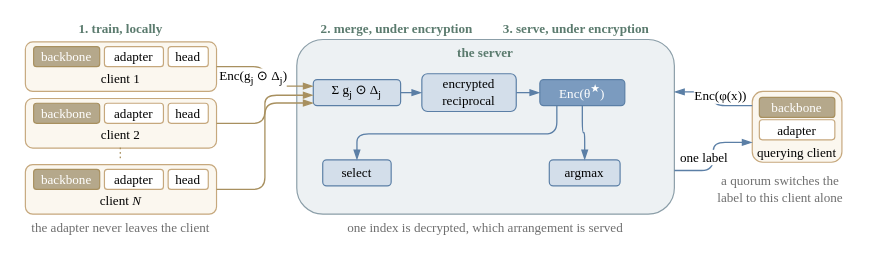
This is docs/paper/figures/drawio/fig_protocol.drawio from hkanpak21/HE-IFD, a draw.io file, before an edit. Source tidied: cells renumbered, new cells numbered last; positions are measured from the earlier drawing's top-left corner, leaving out a move shared by most shapes. Both pictures are drawn from the tidied source at 118%, with x=0, y=0 at pixel (20, 20).
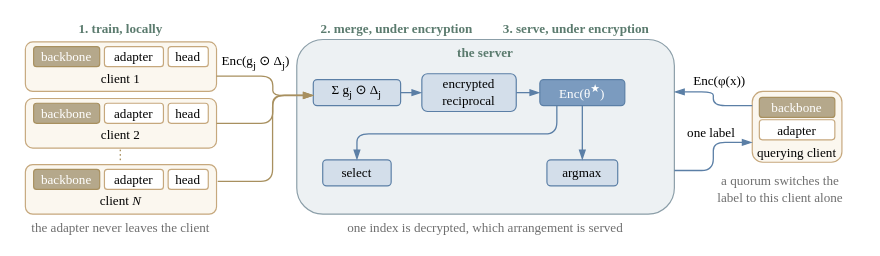
Above is the later version.

Commit message (it also covers changes not shown here):
Figure: re-export the protocol figure from Halil's edited source

The change refers to these unchanged cells:
```xml
<mxCell id="5" style="rounded=1;whiteSpace=wrap;html=1;fillColor=#FBF7EF;strokeColor=#C6A87D;" parent="1" vertex="1">
  <mxGeometry x="4" y="18" width="162" height="42" as="geometry" />
</mxCell>
<mxCell id="10" style="rounded=1;whiteSpace=wrap;html=1;fillColor=#FBF7EF;strokeColor=#C6A87D;" parent="1" vertex="1">
  <mxGeometry x="4" y="66" width="162" height="42" as="geometry" />
</mxCell>
<mxCell id="15" style="rounded=1;whiteSpace=wrap;html=1;fillColor=#FBF7EF;strokeColor=#C6A87D;" parent="1" vertex="1">
  <mxGeometry x="4" y="122" width="162" height="42" as="geometry" />
</mxCell>
<mxCell id="24" value="Σ g&lt;sub&gt;j&lt;/sub&gt; ⊙ Δ&lt;sub&gt;j&lt;/sub&gt;" style="rounded=1;whiteSpace=wrap;html=1;fillColor=#D3DEEA;strokeColor=#5B7FA6;fontFamily=Times New Roman;fontSize=11.13;" parent="1" vertex="1">
  <mxGeometry x="248" y="50" width="74" height="22" as="geometry" />
</mxCell>
<mxCell id="43" style="edgeStyle=orthogonalEdgeStyle;rounded=1;html=1;strokeColor=#5B7FA6;strokeWidth=1.1;endArrow=blockThin;endFill=1;exitX=0;exitY=0.2;entryX=1;entryY=0.3;" parent="1" edge="1" source="30" target="22">
  <mxGeometry relative="1" as="geometry" />
</mxCell>
<mxCell id="45" style="edgeStyle=orthogonalEdgeStyle;rounded=1;html=1;strokeColor=#5B7FA6;strokeWidth=1.1;endArrow=blockThin;endFill=1;exitX=1;exitY=0.75;entryX=0;entryY=0.72;" parent="1" edge="1" source="22" target="30">
  <mxGeometry relative="1" as="geometry" />
</mxCell>
```

The edit, as a diff of the source:
```diff
@@
     <mxCell id="20" value="⋮" style="text;html=1;whiteSpace=wrap;align=center;verticalAlign=middle;fontFamily=Times New Roman;fontSize=11.13;fontColor=#A8905F;" parent="1" vertex="1">
-      <mxGeometry x="65" y="106" width="40" height="12" as="geometry" />
+      <mxGeometry x="65" y="108" width="40" height="12" as="geometry" />
     </mxCell>
@@
     <mxCell id="28" value="argmax" style="rounded=1;whiteSpace=wrap;html=1;fillColor=#D3DEEA;strokeColor=#5B7FA6;fontFamily=Times New Roman;fontSize=11.13;" parent="1" vertex="1">
-      <mxGeometry x="448" y="118" width="60" height="22" as="geometry" />
+      <mxGeometry x="446" y="118" width="60" height="22" as="geometry" />
     </mxCell>
@@
-    <mxCell id="35" style="edgeStyle=orthogonalEdgeStyle;rounded=1;html=1;strokeColor=#A8905F;strokeWidth=1.1;endArrow=blockThin;endFill=1;exitX=1;exitY=0.5;entryX=0;entryY=0.25;" parent="1" edge="1" source="5" target="24">
-      <mxGeometry relative="1" as="geometry" />
+    <mxCell id="35" style="edgeStyle=orthogonalEdgeStyle;rounded=1;html=1;strokeColor=#A8905F;strokeWidth=1.1;endArrow=blockThin;endFill=1;exitX=1;exitY=0.5;entryX=0;entryY=0.25;" parent="1" edge="1">
+      <mxGeometry relative="1" as="geometry">
+        <mxPoint x="166" y="47" as="sourcePoint" />
+        <mxPoint x="248" y="63.5" as="targetPoint" />
+        <Array as="points">
+          <mxPoint x="213.7" y="47" />
+          <mxPoint x="213.7" y="63.5" />
+        </Array>
+      </mxGeometry>
     </mxCell>
     <mxCell id="36" value="Enc(g&lt;sub&gt;j&lt;/sub&gt; ⊙ Δ&lt;sub&gt;j&lt;/sub&gt;)" style="edgeLabel;html=1;align=center;verticalAlign=middle;fontFamily=Times New Roman;fontSize=11.13;labelBackgroundColor=#FFFFFF;" parent="35" vertex="1">
-      <mxGeometry x="-0.4" y="-9" relative="1" as="geometry" />
+      <mxGeometry x="-0.4" y="-9" relative="1" as="geometry">
+        <mxPoint x="2" y="-21" as="offset" />
+      </mxGeometry>
     </mxCell>
     <mxCell id="37" style="edgeStyle=orthogonalEdgeStyle;rounded=1;html=1;strokeColor=#A8905F;strokeWidth=1.1;endArrow=blockThin;endFill=1;exitX=1;exitY=0.5;entryX=0;entryY=0.6;" parent="1" edge="1" source="10" target="24">
-      <mxGeometry relative="1" as="geometry" />
+      <mxGeometry relative="1" as="geometry">
+        <Array as="points">
+          <mxPoint x="213.7" y="87" />
+          <mxPoint x="213.7" y="63.2" />
+        </Array>
+      </mxGeometry>
     </mxCell>
-    <mxCell id="38" style="edgeStyle=orthogonalEdgeStyle;rounded=1;html=1;strokeColor=#A8905F;strokeWidth=1.1;endArrow=blockThin;endFill=1;exitX=1;exitY=0.5;entryX=0;entryY=0.9;" parent="1" edge="1" source="15" target="24">
-      <mxGeometry relative="1" as="geometry" />
+    <mxCell id="38" style="edgeStyle=orthogonalEdgeStyle;rounded=1;html=1;strokeColor=#A8905F;strokeWidth=1.1;endArrow=blockThin;endFill=1;exitX=1;exitY=0.5;entryX=0.003;entryY=0.606;entryDx=0;entryDy=0;entryPerimeter=0;" parent="1" edge="1" target="24">
+      <mxGeometry relative="1" as="geometry">
+        <mxPoint x="167" y="136.2" as="sourcePoint" />
+        <Array as="points">
+          <mxPoint x="213.5" y="136.2" />
+          <mxPoint x="213.5" y="63.3" />
+        </Array>
+      </mxGeometry>
     </mxCell>
@@
     <mxCell id="44" value="Enc(φ(x))" style="edgeLabel;html=1;align=center;verticalAlign=middle;fontFamily=Times New Roman;fontSize=11.13;labelBackgroundColor=#FFFFFF;" parent="43" vertex="1">
-      <mxGeometry x="-0.28" y="-9" relative="1" as="geometry" />
+      <mxGeometry x="-0.28" y="-9" relative="1" as="geometry">
+        <mxPoint x="-1" y="-13" as="offset" />
+      </mxGeometry>
     </mxCell>
@@
     <mxCell id="46" value="one label" style="edgeLabel;html=1;align=center;verticalAlign=middle;fontFamily=Times New Roman;fontSize=11.13;labelBackgroundColor=#FFFFFF;" parent="45" vertex="1">
-      <mxGeometry y="9" relative="1" as="geometry" />
+      <mxGeometry y="9" relative="1" as="geometry">
+        <mxPoint x="6" y="-21" as="offset" />
+      </mxGeometry>
     </mxCell>
```
